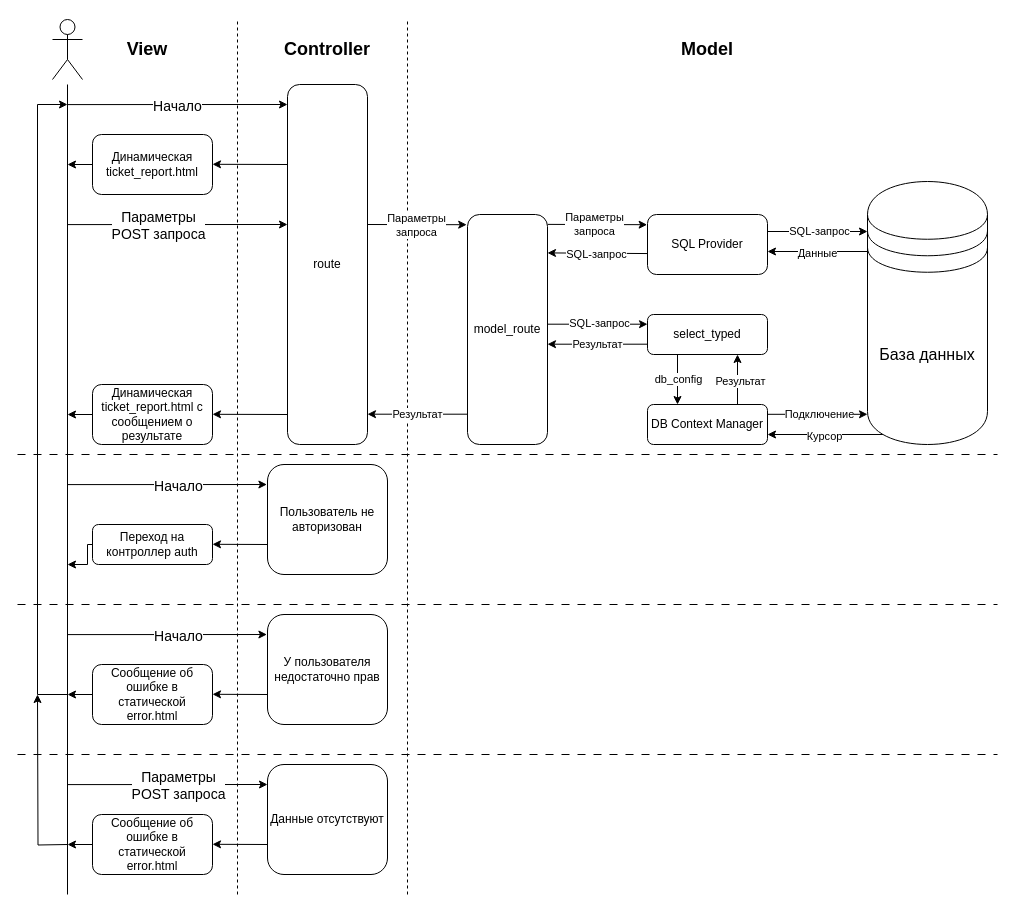
Earlier version of the draw.io diagram docs/diagrams/report_add.drawio (gubnik/bmstu-absolute-cinema). Source tidied: cells renumbered, new cells numbered last; positions are measured from the earlier drawing's top-left corner, leaving out a move shared by most shapes. Both pictures are drawn from the tidied source at 100%, with x=0, y=0 at pixel (17, 19).
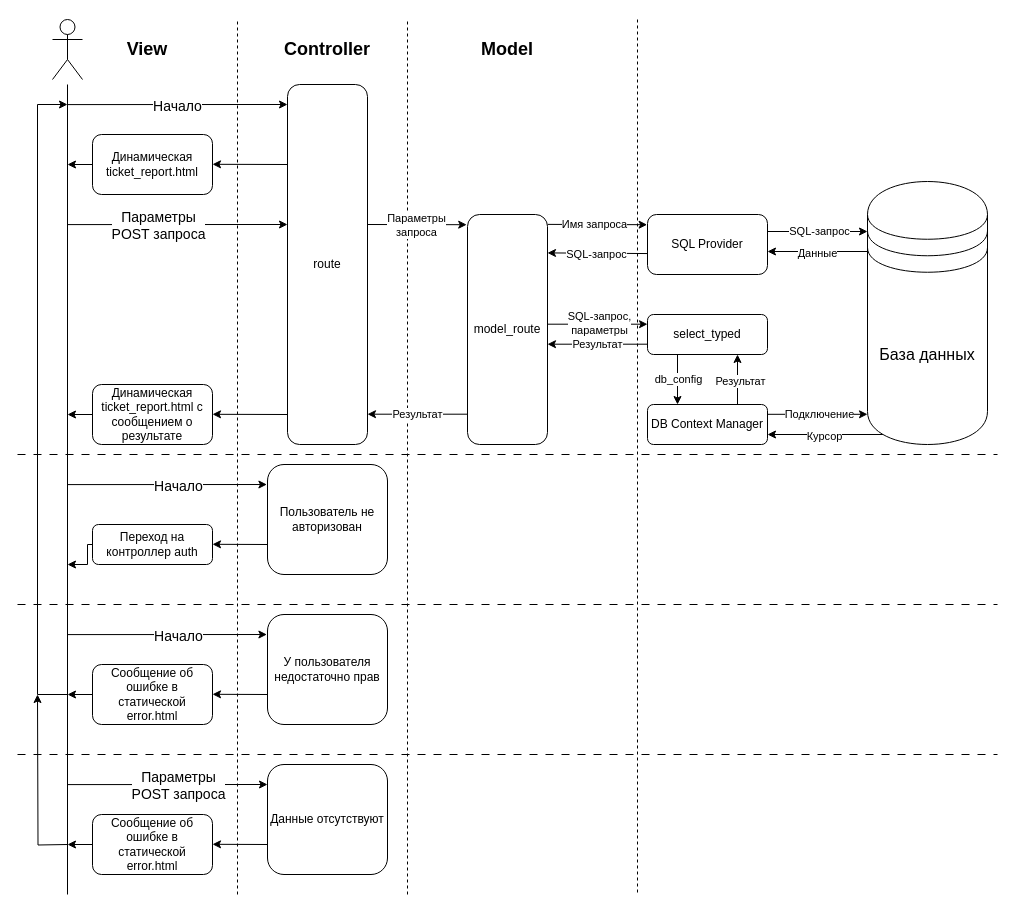
The same page after the edit.

Unchanged cells that the change refers to:
```xml
<mxCell id="16" style="endArrow=classic;html=1;rounded=0;exitX=1.002;exitY=0.043;exitDx=0;exitDy=0;exitPerimeter=0;entryX=-0.003;entryY=0.17;entryDx=0;entryDy=0;entryPerimeter=0;" parent="1" edge="1" source="10" target="15">
  <mxGeometry relative="1" as="geometry" />
</mxCell>
<mxCell id="21" style="endArrow=classic;html=1;rounded=0;exitX=0;exitY=0.75;exitDx=0;exitDy=0;entryX=1;entryY=0.167;entryDx=0;entryDy=0;entryPerimeter=0;" parent="1" edge="1">
  <mxGeometry relative="1" as="geometry">
    <mxPoint x="530" y="304.7" as="sourcePoint" />
    <mxPoint x="630" y="304.7" as="targetPoint" />
  </mxGeometry>
</mxCell>
```

What changed in the source:
```diff
@@
+    <mxCell id="72" style="endArrow=none;dashed=1;html=1;rounded=0;" parent="1" edge="1">
+      <mxGeometry relative="1" as="geometry">
+        <mxPoint x="620" y="873" as="sourcePoint" />
+        <mxPoint x="620" y="-2" as="targetPoint" />
+      </mxGeometry>
+    </mxCell>
@@
     <mxCell id="8" value="Model" style="text;html=1;whiteSpace=wrap;strokeColor=none;fillColor=none;align=center;verticalAlign=middle;rounded=0;fontSize=18;fontStyle=1;" parent="1" vertex="1">
-      <mxGeometry x="660" y="15" width="60" height="30" as="geometry" />
+      <mxGeometry x="460" y="15" width="60" height="30" as="geometry" />
     </mxCell>
@@
-    <mxCell id="17" value="Параметры&lt;div&gt;запроса&lt;/div&gt;" style="edgeLabel;html=1;align=center;verticalAlign=middle;" parent="16" vertex="1">
+    <mxCell id="17" value="Имя запроса" style="edgeLabel;html=1;align=center;verticalAlign=middle;" parent="16" vertex="1">
       <mxGeometry x="-0.37" y="-2" relative="1" as="geometry">
         <mxPoint x="15" y="-2" as="offset" />
       </mxGeometry>
     </mxCell>
@@
-    <mxCell id="22" value="SQL-запрос" style="edgeLabel;html=1;align=center;verticalAlign=middle;" parent="21" vertex="1">
+    <mxCell id="22" value="SQL-запрос,&lt;div&gt;параметры&lt;/div&gt;" style="edgeLabel;html=1;align=center;verticalAlign=middle;" parent="21" vertex="1">
       <mxGeometry x="0.09" y="1" relative="1" as="geometry">
         <mxPoint x="-4" as="offset" />
       </mxGeometry>
     </mxCell>
```
